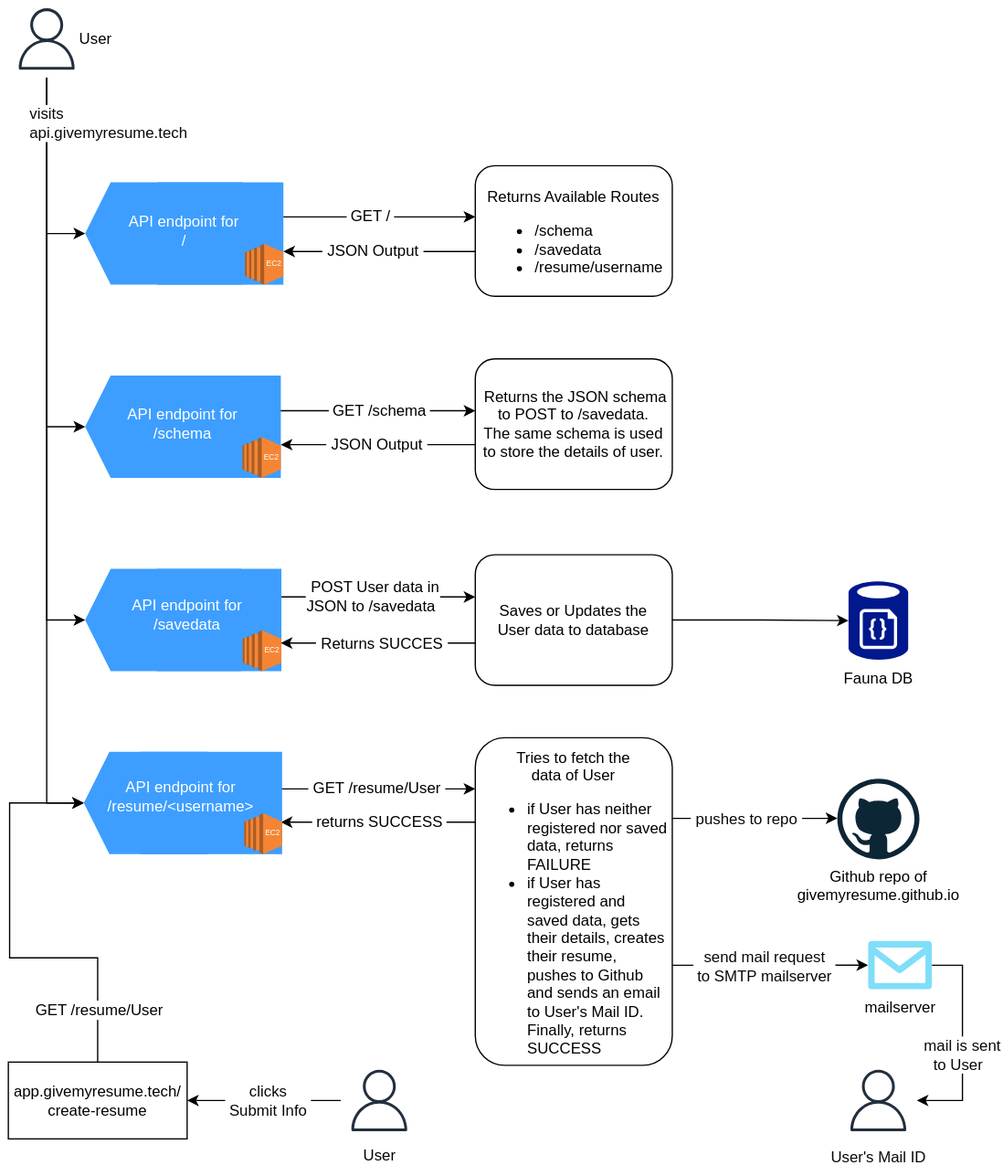
givemyresume/doc keeps this draw.io diagram as api-workflow.drawio.svg. Above is the earlier version. Source tidied: cells renumbered, new cells last; positions are measured from the earlier drawing's top-left corner, leaving out a move shared by most shapes.
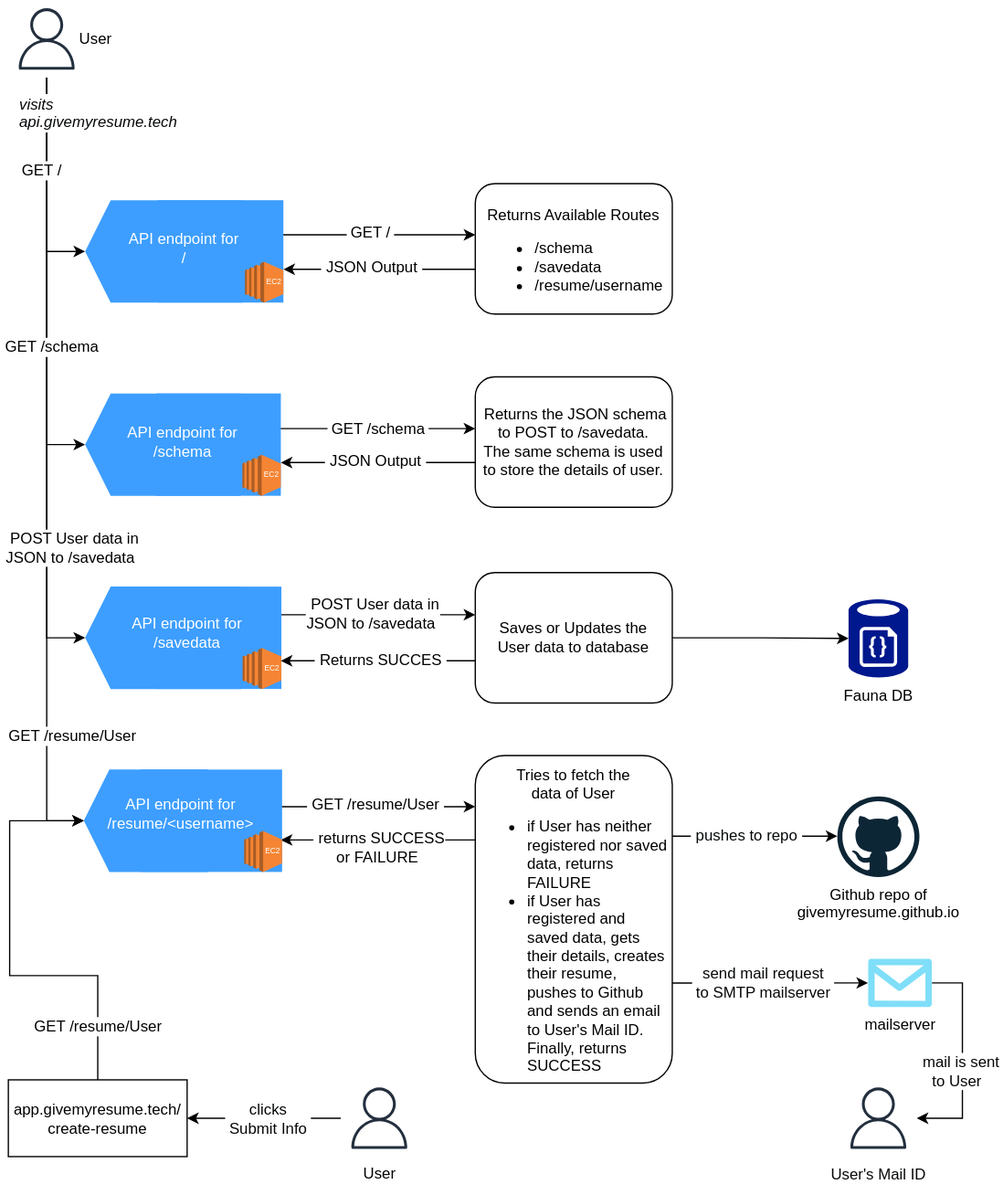
After the change.

Change to the diagram source:
```diff
@@ -11,9 +11,9 @@
         </Array>
       </mxGeometry>
     </mxCell>
-    <mxCell id="3" value="&amp;nbsp;returns SUCCESS&amp;nbsp;" style="edgeLabel;html=1;align=center;verticalAlign=middle;fontSize=12;fontColor=#000000;" parent="2" vertex="1">
+    <mxCell id="3" value="&amp;nbsp;returns SUCCESS &lt;br&gt;or FAILURE&amp;nbsp;" style="edgeLabel;html=1;align=center;verticalAlign=middle;fontSize=12;fontColor=#000000;" parent="2" vertex="1">
       <mxGeometry x="0.25" y="-4" relative="1" as="geometry">
-        <mxPoint x="19" y="3" as="offset" />
+        <mxPoint x="20" y="10" as="offset" />
       </mxGeometry>
     </mxCell>
     <mxCell id="4" style="edgeStyle=orthogonalEdgeStyle;rounded=0;orthogonalLoop=1;jettySize=auto;html=1;fontColor=#000000;" parent="1" edge="1">
@@ -165,16 +165,16 @@
         </Array>
       </mxGeometry>
     </mxCell>
-    <mxCell id="40" value="visits&lt;br&gt;api.givemyresume.tech" style="edgeLabel;html=1;align=left;verticalAlign=middle;fontSize=12;fontColor=#06080A;" parent="39" vertex="1">
+    <mxCell id="40" value="visits&#10;api.givemyresume.tech" style="edgeLabel;align=left;verticalAlign=middle;fontSize=12;fontColor=#06080A;labelBorderColor=none;spacingTop=3;spacing=2;fontStyle=2;" parent="39" vertex="1">
       <mxGeometry x="-0.7" y="1" relative="1" as="geometry">
-        <mxPoint x="-16" y="-10" as="offset" />
+        <mxPoint x="-24" y="-22" as="offset" />
       </mxGeometry>
     </mxCell>
     <mxCell id="41" style="sketch=0;outlineConnect=0;fontColor=#232F3E;gradientColor=none;strokeColor=#232F3E;fillColor=#ffffff;dashed=0;verticalLabelPosition=bottom;verticalAlign=top;align=center;html=1;fontSize=12;fontStyle=0;shape=mxgraph.aws4.resourceIcon;resIcon=mxgraph.aws4.user;labelBackgroundColor=none;" parent="1" vertex="1">
-      <mxGeometry width="60" height="60" as="geometry" />
+      <mxGeometry y="-14" width="60" height="60" as="geometry" />
     </mxCell>
     <mxCell id="42" value="&lt;font color=&quot;#000000&quot;&gt;User&lt;/font&gt;" style="text;html=1;strokeColor=none;fillColor=none;align=center;verticalAlign=middle;whiteSpace=wrap;rounded=0;labelBackgroundColor=none;fontColor=#FFFFFF;" parent="1" vertex="1">
-      <mxGeometry x="52" y="15" width="33" height="30" as="geometry" />
+      <mxGeometry x="52" y="1" width="33" height="30" as="geometry" />
     </mxCell>
     <mxCell id="43" value="&lt;br&gt;Returns Available Routes&lt;br&gt;&lt;ul&gt;&lt;li style=&quot;text-align: left&quot;&gt;/schema&lt;/li&gt;&lt;li style=&quot;text-align: left&quot;&gt;/savedata&lt;/li&gt;&lt;li style=&quot;text-align: left&quot;&gt;/resume/username&lt;/li&gt;&lt;/ul&gt;" style="rounded=1;whiteSpace=wrap;html=1;labelBackgroundColor=none;fontColor=#000000;fillColor=#FFFFFF;" parent="1" vertex="1">
       <mxGeometry x="365" y="129" width="154" height="102" as="geometry" />
@@ -316,5 +316,17 @@
     <mxCell id="71" value="&lt;font color=&quot;#000000&quot;&gt;User&lt;/font&gt;" style="text;html=1;strokeColor=none;fillColor=none;align=center;verticalAlign=middle;whiteSpace=wrap;rounded=0;labelBackgroundColor=none;fontColor=#FFFFFF;" parent="1" vertex="1">
       <mxGeometry x="273.5" y="888" width="33" height="30" as="geometry" />
     </mxCell>
+    <mxCell id="72" value="&amp;nbsp;GET /resume/User&amp;nbsp;" style="edgeLabel;html=1;align=center;verticalAlign=middle;fontSize=12;fontColor=#000000;" parent="1" vertex="1">
+      <mxGeometry x="50" y="561" as="geometry" />
+    </mxCell>
+    <mxCell id="73" value="&amp;nbsp;POST User data&amp;nbsp;in &lt;br&gt;JSON to /savedata&amp;nbsp;" style="edgeLabel;html=1;align=center;verticalAlign=middle;fontSize=12;fontColor=#000000;" parent="1" vertex="1">
+      <mxGeometry x="50" y="414" as="geometry" />
+    </mxCell>
+    <mxCell id="74" value="&amp;nbsp;GET /schema&amp;nbsp;" style="edgeLabel;html=1;align=center;verticalAlign=middle;fontSize=12;fontColor=#000000;" parent="1" vertex="1">
+      <mxGeometry x="34" y="257" as="geometry" />
+    </mxCell>
+    <mxCell id="75" value="&amp;nbsp;GET /&amp;nbsp;" style="edgeLabel;html=1;align=center;verticalAlign=middle;fontSize=12;fontColor=#000000;" parent="1" vertex="1">
+      <mxGeometry x="26" y="119" as="geometry" />
+    </mxCell>
   </root>
 </mxGraphModel>
```
